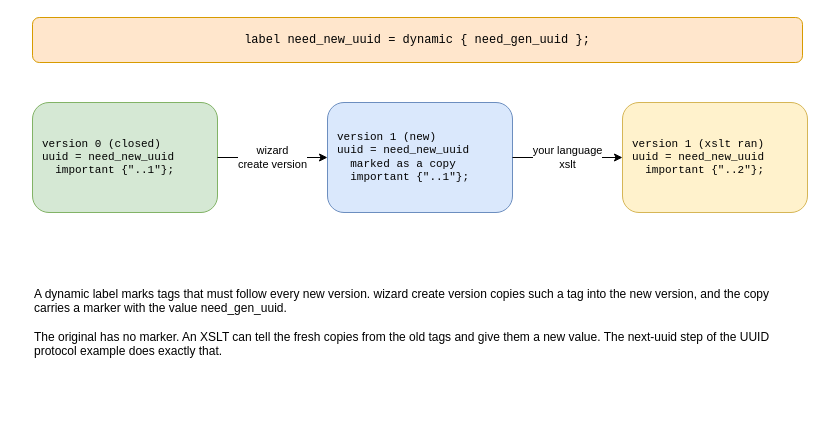
Above: drawio/15_dynamic_label.drawio in goloveshin/galimatron_doc (draw.io), before the change. Source tidied: cells renumbered, new cells numbered last; positions are measured from the earlier drawing's top-left corner, leaving out a move shared by most shapes. Both pictures are drawn from the tidied source at 100%, with x=0, y=0 at pixel (32, 17).
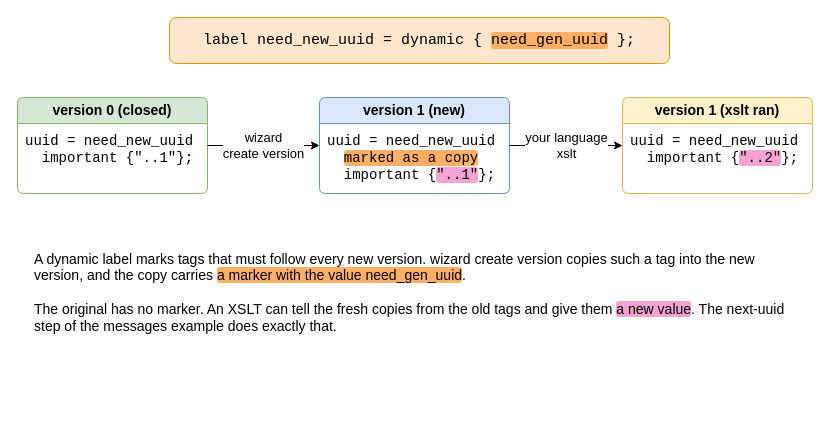
The same diagram, later.

Change to the diagram source:
```diff
@@
 <mxGraphModel>
   <root>
     <mxCell id="0" />
     <mxCell id="1" parent="0" />
-    <mxCell id="2" value="label need_new_uuid = dynamic { need_gen_uuid };" style="rounded=1;whiteSpace=wrap;html=1;fillColor=#ffe6cc;strokeColor=#d79b00;fontFamily=Courier New;fontSize=12;" parent="1" vertex="1">
-      <mxGeometry width="770" height="45" as="geometry" />
+    <mxCell id="2" value="label need_new_uuid = dynamic { &lt;span style=&quot;background-color:#ffb066;border-radius:3px;&quot;&gt;need_gen_uuid&lt;/span&gt; };" style="rounded=1;whiteSpace=wrap;html=1;fillColor=#ffe6cc;strokeColor=#d79b00;fontFamily=Courier New;fontSize=15;" parent="1" vertex="1">
+      <mxGeometry x="137" width="500" height="46" as="geometry" />
     </mxCell>
-    <mxCell id="3" value="version 0 (closed)&lt;br&gt;uuid = need_new_uuid&lt;br&gt;&amp;nbsp;&amp;nbsp;important {&quot;..1&quot;};" style="rounded=1;whiteSpace=wrap;html=1;fillColor=#d5e8d4;strokeColor=#82b366;fontFamily=Courier New;fontSize=11;align=left;spacingLeft=8;spacingRight=8;" parent="1" vertex="1">
-      <mxGeometry y="85" width="185" height="110" as="geometry" />
+    <mxCell id="3" value="version 0 (closed)" style="swimlane;whiteSpace=wrap;html=1;rounded=1;arcSize=8;startSize=26;fillColor=#d5e8d4;strokeColor=#82b366;swimlaneFillColor=#ffffff;fontStyle=1;fontSize=14;align=center;" parent="1" vertex="1">
+      <mxGeometry x="-15" y="80" width="190" height="96" as="geometry" />
     </mxCell>
+    <mxCell id="9" value="uuid = need_new_uuid&lt;br&gt;&amp;nbsp;&amp;nbsp;important {&quot;..1&quot;};" style="text;html=1;whiteSpace=wrap;verticalAlign=top;align=left;fontFamily=Courier New;fontSize=14;spacingLeft=6;spacingRight=4;spacingTop=3;" parent="3" vertex="1">
+      <mxGeometry y="26" width="190" height="70" as="geometry" />
+    </mxCell>
-    <mxCell id="4" value="version 1 (new)&lt;br&gt;uuid = need_new_uuid&lt;br&gt;&amp;nbsp;&amp;nbsp;marked as a copy&lt;br&gt;&amp;nbsp;&amp;nbsp;important {&quot;..1&quot;};" style="rounded=1;whiteSpace=wrap;html=1;fillColor=#dae8fc;strokeColor=#6c8ebf;fontFamily=Courier New;fontSize=11;align=left;spacingLeft=8;spacingRight=8;" parent="1" vertex="1">
-      <mxGeometry x="295" y="85" width="185" height="110" as="geometry" />
+    <mxCell id="4" value="version 1 (new)" style="swimlane;whiteSpace=wrap;html=1;rounded=1;arcSize=8;startSize=26;fillColor=#dae8fc;strokeColor=#6c8ebf;swimlaneFillColor=#ffffff;fontStyle=1;fontSize=14;align=center;" parent="1" vertex="1">
+      <mxGeometry x="287" y="80" width="190" height="96" as="geometry" />
     </mxCell>
+    <mxCell id="10" value="uuid = need_new_uuid&lt;br&gt;&amp;nbsp;&amp;nbsp;&lt;span style=&quot;background-color:#ffb066;border-radius:3px;&quot;&gt;marked as a copy&lt;/span&gt;&lt;br&gt;&amp;nbsp;&amp;nbsp;important {&lt;span style=&quot;background-color:#f5a3d2;border-radius:3px;&quot;&gt;&quot;..1&quot;&lt;/span&gt;};" style="text;html=1;whiteSpace=wrap;verticalAlign=top;align=left;fontFamily=Courier New;fontSize=14;spacingLeft=6;spacingRight=4;spacingTop=3;" parent="4" vertex="1">
+      <mxGeometry y="26" width="190" height="70" as="geometry" />
+    </mxCell>
-    <mxCell id="5" value="version 1 (xslt ran)&lt;br&gt;uuid = need_new_uuid&lt;br&gt;&amp;nbsp;&amp;nbsp;important {&quot;..2&quot;};" style="rounded=1;whiteSpace=wrap;html=1;fillColor=#fff2cc;strokeColor=#d6b656;fontFamily=Courier New;fontSize=11;align=left;spacingLeft=8;spacingRight=8;" parent="1" vertex="1">
-      <mxGeometry x="590" y="85" width="185" height="110" as="geometry" />
+    <mxCell id="5" value="version 1 (xslt ran)" style="swimlane;whiteSpace=wrap;html=1;rounded=1;arcSize=8;startSize=26;fillColor=#fff2cc;strokeColor=#d6b656;swimlaneFillColor=#ffffff;fontStyle=1;fontSize=14;align=center;" parent="1" vertex="1">
+      <mxGeometry x="590" y="80" width="190" height="96" as="geometry" />
     </mxCell>
+    <mxCell id="11" value="uuid = need_new_uuid&lt;br&gt;&amp;nbsp;&amp;nbsp;important {&lt;span style=&quot;background-color:#f5a3d2;border-radius:3px;&quot;&gt;&quot;..2&quot;&lt;/span&gt;};" style="text;html=1;whiteSpace=wrap;verticalAlign=top;align=left;fontFamily=Courier New;fontSize=14;spacingLeft=6;spacingRight=4;spacingTop=3;" parent="5" vertex="1">
+      <mxGeometry y="26" width="190" height="70" as="geometry" />
+    </mxCell>
-    <mxCell id="6" value="wizard&lt;br&gt;create version" style="endArrow=classic;html=1;labelBackgroundColor=#ffffff;edgeStyle=none;" parent="1" edge="1" source="3" target="4">
+    <mxCell id="6" value="wizard&lt;br&gt;create version" style="endArrow=classic;html=1;labelBackgroundColor=#ffffff;edgeStyle=none;fontSize=13;" parent="1" edge="1" source="3" target="4">
       <mxGeometry relative="1" as="geometry" />
     </mxCell>
-    <mxCell id="7" value="your language&lt;br&gt;xslt" style="endArrow=classic;html=1;labelBackgroundColor=#ffffff;edgeStyle=none;" parent="1" edge="1" source="4" target="5">
+    <mxCell id="7" value="your language&lt;br&gt;xslt" style="endArrow=classic;html=1;labelBackgroundColor=#ffffff;edgeStyle=none;fontSize=13;" parent="1" edge="1" source="4" target="5">
       <mxGeometry relative="1" as="geometry" />
     </mxCell>
-    <mxCell id="8" value="A dynamic label marks tags that must follow every new version. wizard create version copies such a tag into the new version, and the copy carries a marker with the value need_gen_uuid.&lt;br&gt;&lt;br&gt;The original has no marker. An XSLT can tell the fresh copies from the old tags and give them a new value. The next-uuid step of the UUID protocol example does exactly that." style="text;html=1;whiteSpace=wrap;verticalAlign=middle;align=left;" parent="1" vertex="1">
-      <mxGeometry y="220" width="770" height="170" as="geometry" />
+    <mxCell id="8" value="A dynamic label marks tags that must follow every new version. wizard create version copies such a tag into the new version, and the copy carries &lt;span style=&quot;background-color:#ffb066;border-radius:3px;&quot;&gt;a marker with the value need_gen_uuid&lt;/span&gt;.&lt;br&gt;&lt;br&gt;The original has no marker. An XSLT can tell the fresh copies from the old tags and give them &lt;span style=&quot;background-color:#f5a3d2;border-radius:3px;&quot;&gt;a new value&lt;/span&gt;. The next-uuid step of the messages example does exactly that." style="text;html=1;whiteSpace=wrap;verticalAlign=middle;align=left;fontSize=14;" parent="1" vertex="1">
+      <mxGeometry y="200" width="770" height="150" as="geometry" />
     </mxCell>
   </root>
 </mxGraphModel>
```
